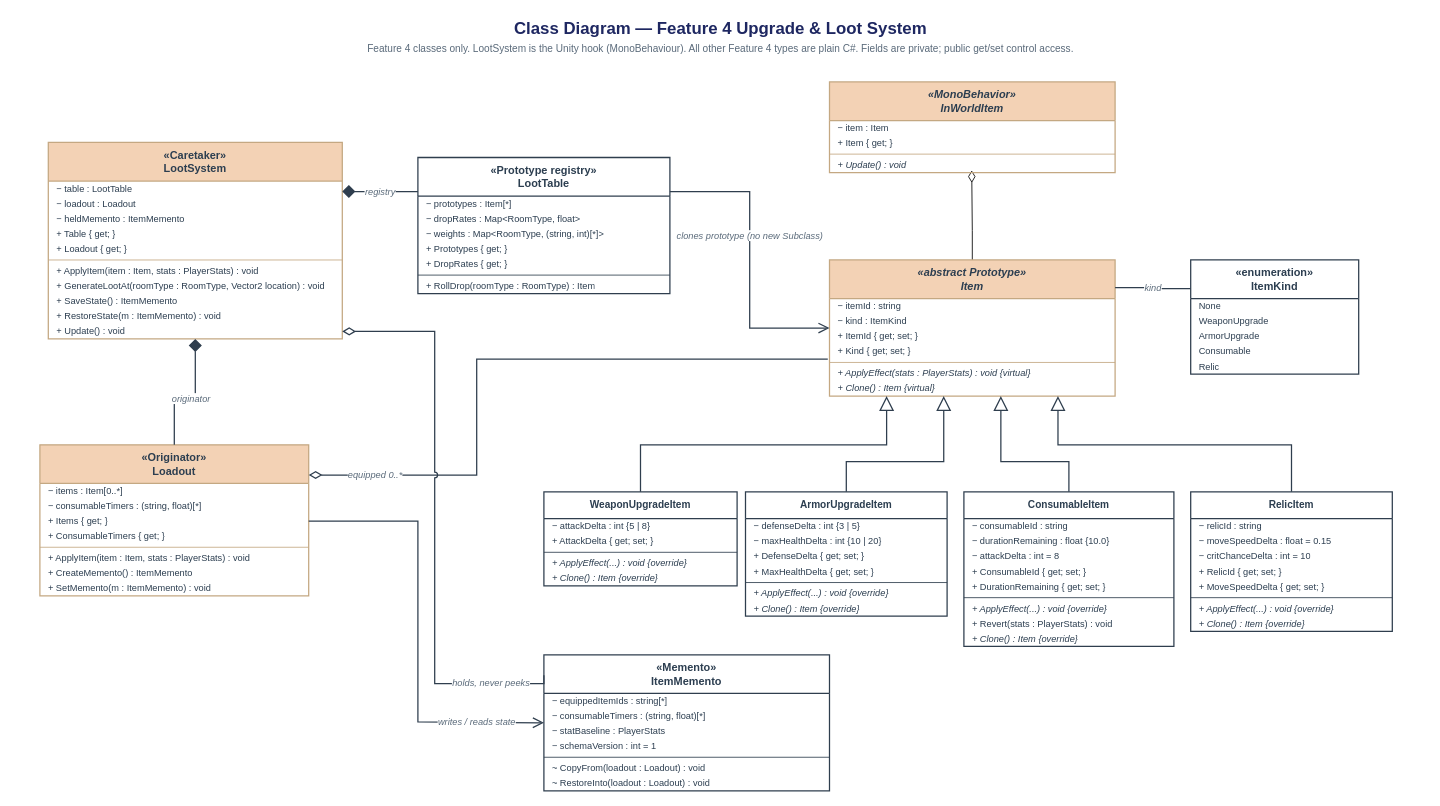
The draw.io diagram docs/TL3_Kaleb/general_diagrams/Class Diagram v2.drawio in Dawson7218/CS-3383_Dungeon_Crawler_Carl, before the edit. Source tidied: cells renumbered, new cells numbered last; positions are measured from the earlier drawing's top-left corner, leaving out a move shared by most shapes. Both pictures are drawn from the tidied source at 84%, with x=0, y=0 at pixel (14, 14).
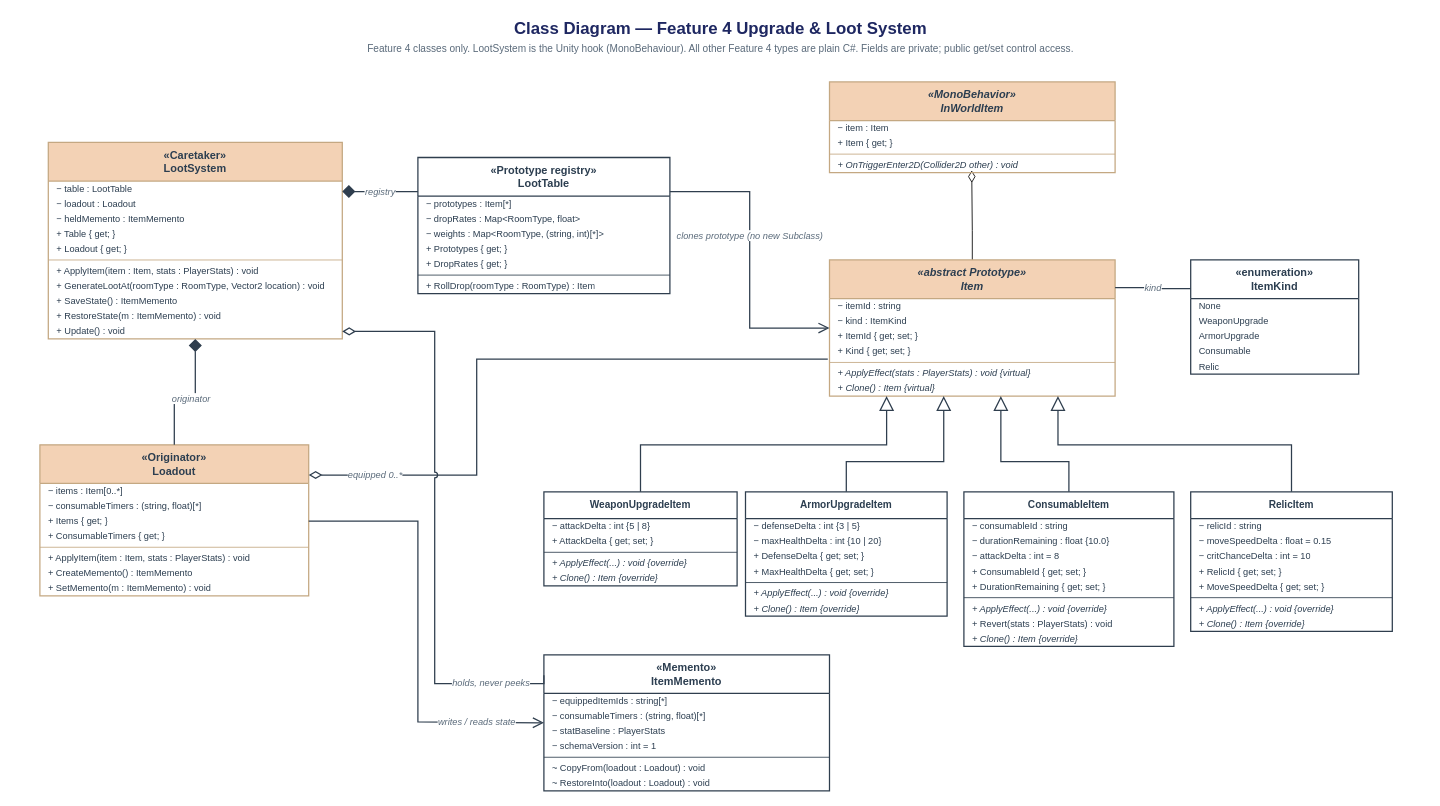
Above is the later version.

Unchanged cells that the change refers to:
```xml
<mxCell id="100" value="«MonoBehavior»&lt;br&gt;InWorldItem" style="swimlane;html=1;fontStyle=3;align=center;verticalAlign=middle;horizontal=1;startSize=46;whiteSpace=wrap;fillColor=#F3D2B5;strokeColor=#C4A882;fontColor=#2C3E50;fontSize=13;strokeWidth=1.5;fontFamily=Helvetica;" parent="1" vertex="1">
  <mxGeometry x="970" y="80" width="340" height="108" as="geometry" />
</mxCell>
```

Change to the diagram source:
```diff
@@
-    <mxCell id="104" value="+ Update() : void&amp;nbsp;" style="text;html=1;strokeColor=none;fillColor=none;align=left;verticalAlign=middle;spacingLeft=8;overflow=hidden;whiteSpace=wrap;fontSize=11;fontColor=#2C3E50;fontFamily=Helvetica;fontStyle=2;" parent="100" vertex="1">
+    <mxCell id="104" value="+ OnTriggerEnter2D(Collider2D other) : void&amp;nbsp;" style="text;html=1;strokeColor=none;fillColor=none;align=left;verticalAlign=middle;spacingLeft=8;overflow=hidden;whiteSpace=wrap;fontSize=11;fontColor=#2C3E50;fontFamily=Helvetica;fontStyle=2;" parent="100" vertex="1">
       <mxGeometry y="90" width="340" height="18" as="geometry" />
     </mxCell>
```
